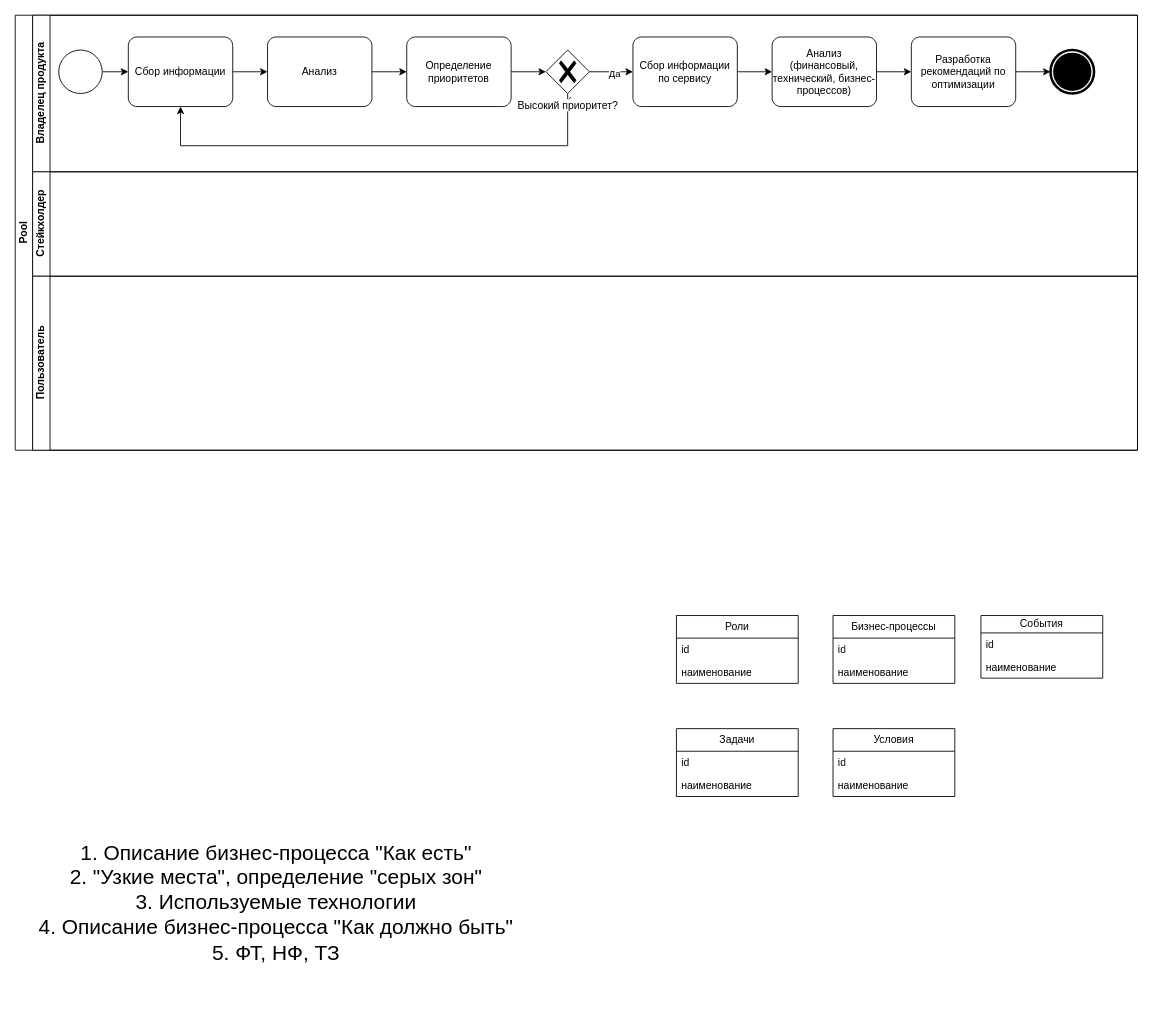
jsob/diagrams keeps this draw.io diagram as Диаграмма без названия.drawio. Above is the earlier version. Source tidied: cells renumbered, new cells numbered last; positions are measured from the earlier drawing's top-left corner, leaving out a move shared by most shapes. Both pictures are drawn from the tidied source at 87%, with x=0, y=0 at pixel (15, 15).
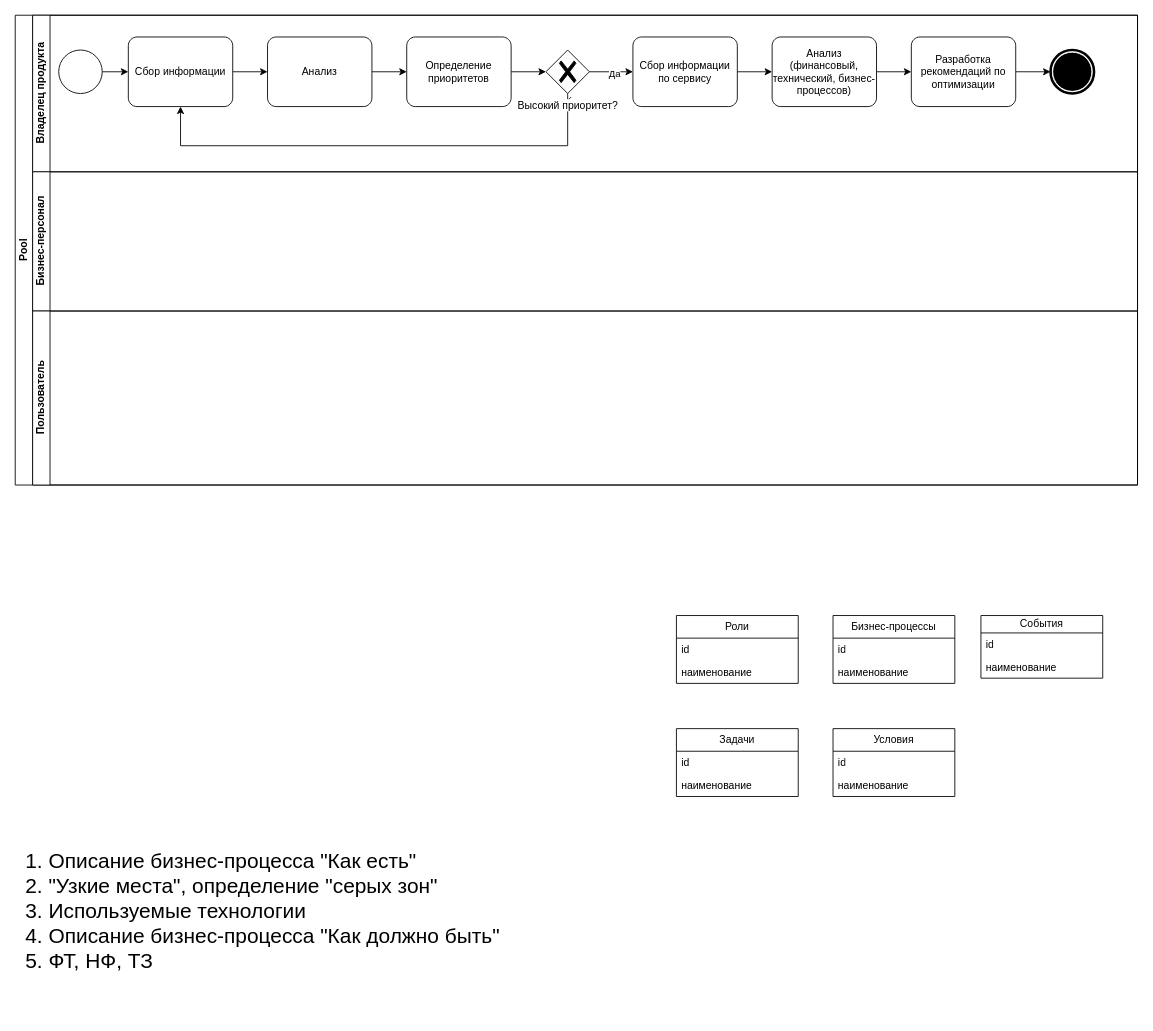
The same page after the edit.

What changed in the source:
```diff
@@
     <mxCell id="21" value="Pool" style="swimlane;html=1;horizontal=0;startSize=20;whiteSpace=wrap;" parent="1" vertex="1">
-      <mxGeometry width="1290" height="500" as="geometry" />
+      <mxGeometry width="1290" height="540" as="geometry" />
     </mxCell>
@@
-    <mxCell id="23" value="Стейкхолдер" style="swimlane;html=1;startSize=20;horizontal=0;" parent="21" vertex="1">
-      <mxGeometry x="20" y="180" width="1270" height="120" as="geometry" />
+    <mxCell id="23" value="Бизнес-персонал" style="swimlane;html=1;startSize=20;horizontal=0;" parent="21" vertex="1">
+      <mxGeometry x="20" y="180" width="1270" height="160" as="geometry" />
     </mxCell>
     <mxCell id="24" value="Пользователь" style="swimlane;html=1;startSize=20;horizontal=0;" parent="21" vertex="1">
-      <mxGeometry x="20" y="300" width="1270" height="200" as="geometry" />
+      <mxGeometry x="20" y="340" width="1270" height="200" as="geometry" />
     </mxCell>
-    <mxCell id="25" value="1. Описание бизнес-процесса &quot;Как есть&quot;&lt;br&gt;2. &quot;Узкие места&quot;, определение &quot;серых зон&quot;&lt;br&gt;3. Используемые технологии&lt;br&gt;4. Описание бизнес-процесса &quot;Как должно быть&quot;&lt;br&gt;5. ФТ, НФ, ТЗ" style="text;html=1;strokeColor=none;fillColor=none;align=center;verticalAlign=middle;whiteSpace=wrap;rounded=0;fontSize=24;" parent="1" vertex="1">
-      <mxGeometry x="10" y="890" width="580" height="260" as="geometry" />
+    <mxCell id="25" value="1. Описание бизнес-процесса &quot;Как есть&quot;&lt;br&gt;2. &quot;Узкие места&quot;, определение &quot;серых зон&quot;&lt;br&gt;3. Используемые технологии&lt;br&gt;4. Описание бизнес-процесса &quot;Как должно быть&quot;&lt;br&gt;5. ФТ, НФ, ТЗ" style="text;html=1;strokeColor=none;fillColor=none;align=left;verticalAlign=middle;whiteSpace=wrap;rounded=0;fontSize=24;" parent="1" vertex="1">
+      <mxGeometry x="10" y="950" width="580" height="160" as="geometry" />
     </mxCell>
```
